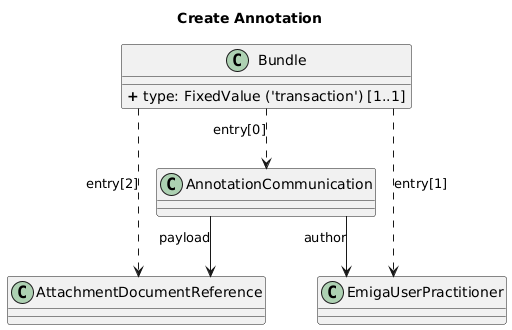
robert-koch-institut/rki.emiga.common keeps this PlantUML diagram as rki.emiga.common/guides/implementationguides.common/PlantUML/PNGs/AnnotationBundle.png. Above is the earlier version.
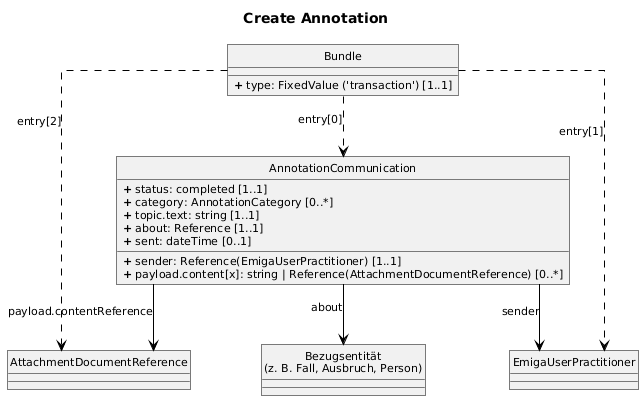
The same file after the commit.

What changed in the source:
```diff
@@ -1,20 +1,40 @@
 @startuml
-skinparam linetype ortho
-
 title Create Annotation
 
-class Bundle{
+skinparam shadowing false
+skinparam roundcorner 0
+skinparam linetype ortho
+skinparam classAttributeIconSize 0
+skinparam defaultFontName Arial
+skinparam defaultFontSize 11
+
+skinparam ArrowColor black
+skinparam classBorderColor black
+skinparam classFontColor black
+
+hide circle
+
+class Bundle {
     <b>+</b> type: FixedValue ('transaction') [1..1]
 }
-class AnnotationCommunication{
-}
-class AttachmentDocumentReference {
-}
-class EmigaUserPractitioner {
+
+class AnnotationCommunication {
+    <b>+</b> status: completed [1..1]
+    <b>+</b> category: AnnotationCategory [0..*]
+    <b>+</b> topic.text: string [1..1]
+    <b>+</b> about: Reference [1..1]
+    <b>+</b> sent: dateTime [0..1]
+    <b>+</b> sender: Reference(EmigaUserPractitioner) [1..1]
+    <b>+</b> payload.content[x]: string | Reference(AttachmentDocumentReference) [0..*]
 }
 
-AnnotationCommunication --> EmigaUserPractitioner : author
-AnnotationCommunication --> AttachmentDocumentReference : payload
+class AttachmentDocumentReference
+class EmigaUserPractitioner
+class "Bezugsentität\n(z. B. Fall, Ausbruch, Person)" as ReferencedEntity
+
+AnnotationCommunication --> EmigaUserPractitioner : sender
+AnnotationCommunication --> AttachmentDocumentReference : payload.contentReference
+AnnotationCommunication --> ReferencedEntity : about
 
 Bundle ..> AnnotationCommunication : entry[0]
 Bundle ..> EmigaUserPractitioner : entry[1]
```
